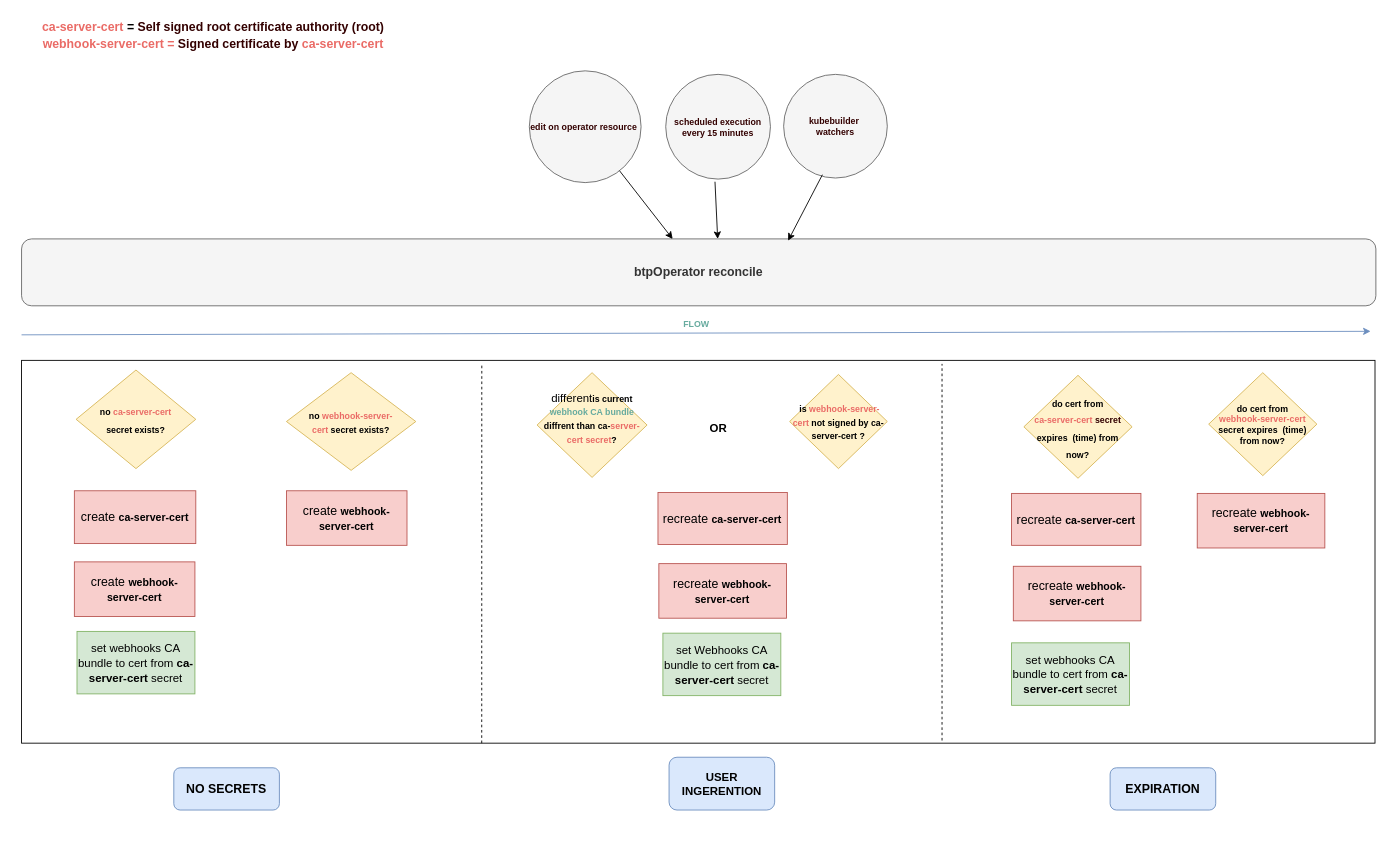
Earlier version of the draw.io diagram docs/assets/certs.drawio (kyma-project/btp-manager). Source tidied: cells renumbered, new cells numbered last; positions are measured from the earlier drawing's top-left corner, leaving out a move shared by most shapes. Both pictures are drawn from the tidied source at 88%, with x=0, y=0 at pixel (21, 15).
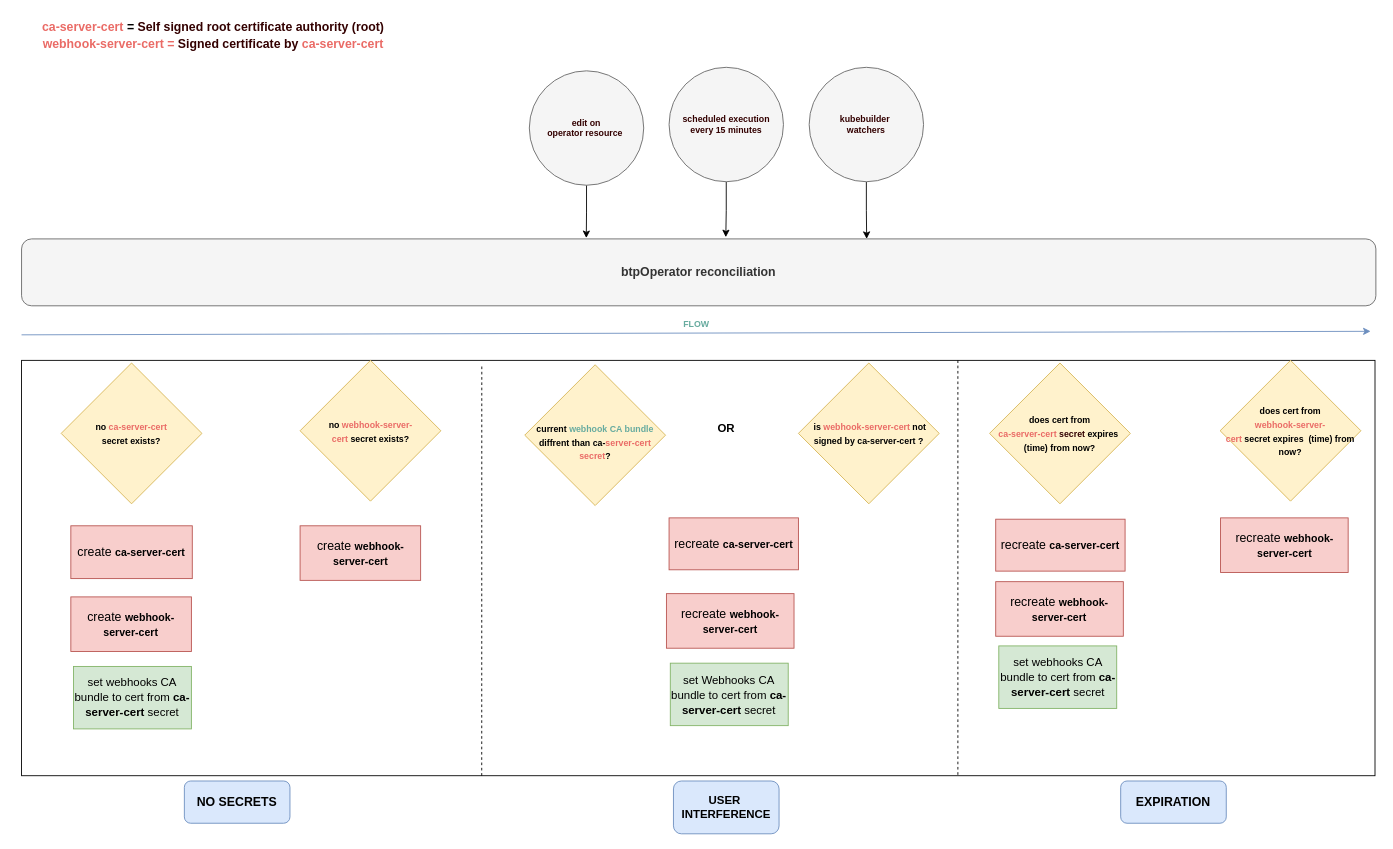
After the change.

What changed in the source:
```diff
@@
     <mxCell id="3" value="&lt;b style=&quot;border-color: var(--border-color);&quot;&gt;EXPIRATION&lt;/b&gt;" style="rounded=1;whiteSpace=wrap;html=1;fontSize=14;fillColor=#dae8fc;strokeColor=#6c8ebf;" parent="1" vertex="1">
-      <mxGeometry x="1237" y="855" width="120" height="48" as="geometry" />
+      <mxGeometry x="1249" y="870" width="120" height="48" as="geometry" />
     </mxCell>
-    <mxCell id="4" value="&lt;b&gt;btpOperator reconcile&lt;/b&gt;" style="rounded=1;whiteSpace=wrap;html=1;fontSize=14;fillColor=#f5f5f5;fontColor=#333333;strokeColor=#666666;" parent="1" vertex="1">
+    <mxCell id="4" value="&lt;b&gt;btpOperator reconciliation&lt;/b&gt;" style="rounded=1;whiteSpace=wrap;html=1;fontSize=14;fillColor=#f5f5f5;fontColor=#333333;strokeColor=#666666;" parent="1" vertex="1">
       <mxGeometry y="254" width="1539" height="76" as="geometry" />
     </mxCell>
     <mxCell id="5" style="rounded=0;whiteSpace=wrap;html=1;labelBackgroundColor=none;fontSize=16;" parent="1" vertex="1">
-      <mxGeometry y="392" width="1538" height="435" as="geometry" />
+      <mxGeometry y="392" width="1538" height="472" as="geometry" />
     </mxCell>
-    <mxCell id="6" value="&lt;div style=&quot;&quot;&gt;&lt;b style=&quot;&quot;&gt;&lt;font size=&quot;1&quot;&gt;do cert from&lt;/font&gt;&lt;br style=&quot;border-color: var(--border-color);&quot;&gt;&lt;span style=&quot;font-size: 10px; border-color: var(--border-color);&quot;&gt;&lt;font color=&quot;#ea6b66&quot;&gt;ca-server-cert&lt;/font&gt;&lt;/span&gt;&lt;span style=&quot;font-size: x-small; background-color: initial;&quot;&gt;&lt;font color=&quot;#ea6b66&quot;&gt;&amp;nbsp;&lt;/font&gt;&lt;font color=&quot;#330000&quot;&gt;secret&lt;/font&gt; expires&amp;nbsp; (time) from now?&lt;/span&gt;&lt;/b&gt;&lt;/div&gt;" style="rhombus;whiteSpace=wrap;html=1;labelBackgroundColor=none;fontSize=16;align=center;fillColor=#fff2cc;strokeColor=#d6b656;" parent="1" vertex="1">
-      <mxGeometry x="1139" y="409" width="123" height="117" as="geometry" />
-    </mxCell>
     <mxCell id="7" value="recreate&amp;nbsp;&lt;b style=&quot;border-color: var(--border-color); font-size: 12px;&quot;&gt;ca-server-cert&lt;/b&gt;" style="rounded=0;whiteSpace=wrap;html=1;fontSize=14;fillColor=#f8cecc;strokeColor=#b85450;" parent="1" vertex="1">
-      <mxGeometry x="1125" y="543.2" width="147" height="59" as="geometry" />
+      <mxGeometry x="1107" y="572.5" width="147" height="59" as="geometry" />
     </mxCell>
     <mxCell id="8" value="recreate&amp;nbsp;&lt;b style=&quot;border-color: var(--border-color); font-size: 12px;&quot;&gt;webhook-server-cert&lt;/b&gt;" style="rounded=0;whiteSpace=wrap;html=1;fontSize=14;fillColor=#f8cecc;strokeColor=#b85450;" parent="1" vertex="1">
-      <mxGeometry x="1127" y="626" width="145" height="62" as="geometry" />
+      <mxGeometry x="1107" y="643.5" width="145" height="62" as="geometry" />
     </mxCell>
     <mxCell id="9" value="&lt;b&gt;NO SECRETS&lt;/b&gt;" style="rounded=1;whiteSpace=wrap;html=1;fontSize=14;fillColor=#dae8fc;strokeColor=#6c8ebf;" parent="1" vertex="1">
-      <mxGeometry x="173" y="855" width="120" height="48" as="geometry" />
+      <mxGeometry x="185" y="870" width="120" height="48" as="geometry" />
     </mxCell>
-    <mxCell id="10" value="&lt;b&gt;USER INGERENTION&lt;/b&gt;" style="rounded=1;whiteSpace=wrap;html=1;labelBackgroundColor=none;fontSize=13;fillColor=#dae8fc;strokeColor=#6c8ebf;" parent="1" vertex="1">
-      <mxGeometry x="735.8" y="843" width="120" height="60" as="geometry" />
+    <mxCell id="10" value="&lt;b&gt;USER&amp;nbsp;&lt;br&gt;INTERFERENCE&lt;br&gt;&lt;/b&gt;" style="rounded=1;whiteSpace=wrap;html=1;labelBackgroundColor=none;fontSize=13;fillColor=#dae8fc;strokeColor=#6c8ebf;" parent="1" vertex="1">
+      <mxGeometry x="740.8" y="870" width="120" height="60" as="geometry" />
     </mxCell>
-    <mxCell id="11" value="different&lt;b&gt;&lt;font style=&quot;font-size: 10px;&quot;&gt;is current &lt;font color=&quot;#67ab9f&quot;&gt;webhook CA bundle&lt;/font&gt; diffrent than ca-&lt;font color=&quot;#ea6b66&quot;&gt;server-cert secret&lt;/font&gt;?&lt;br&gt;&lt;br&gt;&lt;/font&gt;&lt;/b&gt;" style="rhombus;whiteSpace=wrap;html=1;labelBackgroundColor=none;fontSize=13;fillColor=#fff2cc;strokeColor=#d6b656;" parent="1" vertex="1">
-      <mxGeometry x="585.8" y="406" width="125" height="119" as="geometry" />
-    </mxCell>
-    <mxCell id="12" value="&lt;b style=&quot;font-size: 10px;&quot;&gt;&amp;nbsp;is &lt;font color=&quot;#ea6b66&quot;&gt;webhook-server-cert&lt;/font&gt; not signed by ca-server-cert ?&lt;/b&gt;" style="rhombus;whiteSpace=wrap;html=1;labelBackgroundColor=none;fontSize=13;fillColor=#fff2cc;strokeColor=#d6b656;" parent="1" vertex="1">
-      <mxGeometry x="872.8" y="408" width="111" height="107" as="geometry" />
-    </mxCell>
     <mxCell id="13" value="&lt;b&gt;OR&lt;/b&gt;" style="text;html=1;strokeColor=none;fillColor=none;align=center;verticalAlign=middle;whiteSpace=wrap;rounded=0;fontSize=13;" parent="1" vertex="1">
-      <mxGeometry x="761.8" y="454" width="60" height="30" as="geometry" />
+      <mxGeometry x="770.8" y="454" width="60" height="30" as="geometry" />
     </mxCell>
-    <mxCell id="14" value="&lt;font style=&quot;font-size: 10px;&quot;&gt;&lt;b&gt;&lt;font style=&quot;font-size: 10px;&quot;&gt;no&amp;nbsp;&lt;/font&gt;&lt;/b&gt;&lt;b style=&quot;border-color: var(--border-color);&quot;&gt;&lt;font color=&quot;#ea6b66&quot;&gt;ca-server-cert&lt;/font&gt;&lt;/b&gt;&lt;b&gt;&lt;font style=&quot;font-size: 10px;&quot;&gt;&lt;br&gt;&lt;/font&gt;secret&amp;nbsp;&lt;span style=&quot;border-color: var(--border-color);&quot;&gt;exists?&lt;/span&gt;&lt;/b&gt;&lt;/font&gt;" style="rhombus;whiteSpace=wrap;html=1;labelBackgroundColor=none;fontSize=16;fillColor=#fff2cc;strokeColor=#d6b656;" parent="1" vertex="1">
-      <mxGeometry x="62" y="403" width="136" height="112" as="geometry" />
-    </mxCell>
     <mxCell id="15" value="&lt;div style=&quot;&quot;&gt;&lt;font style=&quot;background-color: initial; font-size: 13px;&quot;&gt;set webhooks CA bundle to cert from&amp;nbsp;&lt;/font&gt;&lt;b style=&quot;background-color: initial; border-color: var(--border-color); font-size: 13px;&quot;&gt;ca-server-cert&amp;nbsp;&lt;/b&gt;&lt;span style=&quot;background-color: initial; border-color: var(--border-color); font-size: 13px;&quot;&gt;secret&lt;/span&gt;&lt;/div&gt;" style="rounded=0;whiteSpace=wrap;html=1;fontSize=14;fillColor=#d5e8d4;strokeColor=#82b366;align=center;" parent="1" vertex="1">
-      <mxGeometry x="63" y="700" width="134" height="71" as="geometry" />
+      <mxGeometry x="59" y="739.8" width="134" height="71" as="geometry" />
     </mxCell>
     <mxCell id="16" value="create&amp;nbsp;&lt;b style=&quot;border-color: var(--border-color); font-size: 12px;&quot;&gt;webhook-server-cert&lt;/b&gt;" style="rounded=0;whiteSpace=wrap;html=1;fontSize=14;fillColor=#f8cecc;strokeColor=#b85450;" parent="1" vertex="1">
-      <mxGeometry x="60" y="621" width="137" height="62" as="geometry" />
+      <mxGeometry x="56" y="660.8" width="137" height="62" as="geometry" />
     </mxCell>
     <mxCell id="17" value="create&amp;nbsp;&lt;b style=&quot;border-color: var(--border-color); font-size: 12px;&quot;&gt;ca-server-cert&lt;/b&gt;" style="rounded=0;whiteSpace=wrap;html=1;fontSize=14;fillColor=#f8cecc;strokeColor=#b85450;" parent="1" vertex="1">
-      <mxGeometry x="60" y="540.2" width="138" height="60" as="geometry" />
+      <mxGeometry x="56" y="580" width="138" height="60" as="geometry" />
     </mxCell>
-    <mxCell id="18" value="&lt;b style=&quot;border-color: var(--border-color); font-size: 12px;&quot;&gt;&lt;b style=&quot;border-color: var(--border-color); font-size: 10px;&quot;&gt;&lt;font style=&quot;border-color: var(--border-color);&quot;&gt;no &lt;font color=&quot;#ea6b66&quot;&gt;webhook-server-cert&lt;/font&gt;&amp;nbsp;&lt;/font&gt;&lt;/b&gt;&lt;b style=&quot;border-color: var(--border-color); font-size: 10px;&quot;&gt;secret&amp;nbsp;exists?&lt;/b&gt;&lt;br&gt;&lt;/b&gt;" style="rhombus;whiteSpace=wrap;html=1;labelBackgroundColor=none;fontSize=13;fillColor=#fff2cc;strokeColor=#d6b656;" parent="1" vertex="1">
-      <mxGeometry x="301" y="406" width="147" height="111" as="geometry" />
-    </mxCell>
-    <mxCell id="19" value="&lt;div style=&quot;font-size: 10px;&quot;&gt;&lt;b&gt;&lt;span style=&quot;font-size: x-small; background-color: initial;&quot;&gt;do&amp;nbsp;&lt;/span&gt;cert from&lt;br style=&quot;border-color: var(--border-color);&quot;&gt;&lt;span style=&quot;border-color: var(--border-color);&quot;&gt;&lt;font color=&quot;#ea6b66&quot;&gt;webhook-server-cert&lt;/font&gt; secret&amp;nbsp;&lt;/span&gt;&lt;span style=&quot;font-size: x-small; background-color: initial;&quot;&gt;expires&amp;nbsp; (time) from now?&lt;/span&gt;&lt;/b&gt;&lt;/div&gt;" style="rhombus;whiteSpace=wrap;html=1;labelBackgroundColor=none;fontSize=16;align=center;fillColor=#fff2cc;strokeColor=#d6b656;" parent="1" vertex="1">
-      <mxGeometry x="1349" y="406" width="123" height="117" as="geometry" />
-    </mxCell>
@@
     <mxCell id="22" style="endArrow=none;dashed=1;html=1;rounded=0;fontSize=10;fontColor=#67AB9F;" parent="1" edge="1">
       <mxGeometry relative="1" as="geometry">
-        <mxPoint x="1046" y="824" as="sourcePoint" />
-        <mxPoint x="1046" y="396" as="targetPoint" />
+        <mxPoint x="1064" y="863" as="sourcePoint" />
+        <mxPoint x="1064" y="392" as="targetPoint" />
       </mxGeometry>
     </mxCell>
@@
-    <mxCell id="25" value="&lt;font color=&quot;#330000&quot;&gt;&lt;b&gt;scheduled execution every 15 minutes&lt;/b&gt;&lt;/font&gt;" style="ellipse;whiteSpace=wrap;html=1;labelBackgroundColor=none;fontSize=10;fontColor=#333333;fillColor=#f5f5f5;strokeColor=#666666;" parent="1" vertex="1">
-      <mxGeometry x="732" y="67" width="119" height="119" as="geometry" />
-    </mxCell>
+    <mxCell id="28" style="edgeStyle=orthogonalEdgeStyle;rounded=0;jettySize=auto;html=1;entryX=0.417;entryY=-0.013;entryDx=0;entryDy=0;entryPerimeter=0;" parent="1" edge="1" source="26" target="4">
+      <mxGeometry relative="1" as="geometry" />
+    </mxCell>
-    <mxCell id="26" value="&lt;font size=&quot;1&quot; color=&quot;#330000&quot; style=&quot;&quot;&gt;&lt;b style=&quot;&quot;&gt;edit on operator resource&amp;nbsp;&lt;/b&gt;&lt;/font&gt;" style="ellipse;whiteSpace=wrap;html=1;labelBackgroundColor=none;fontSize=10;fontColor=#333333;fillColor=#f5f5f5;strokeColor=#666666;" parent="1" vertex="1">
-      <mxGeometry x="577" y="63" width="127" height="127" as="geometry" />
+    <mxCell id="26" value="&lt;font size=&quot;1&quot; color=&quot;#330000&quot; style=&quot;&quot;&gt;&lt;b style=&quot;&quot;&gt;edit on &lt;br&gt;operator resource&amp;nbsp;&lt;/b&gt;&lt;/font&gt;" style="ellipse;whiteSpace=wrap;html=1;labelBackgroundColor=none;fontSize=10;fontColor=#333333;fillColor=#f5f5f5;strokeColor=#666666;" parent="1" vertex="1">
+      <mxGeometry x="577" y="63" width="130" height="130" as="geometry" />
     </mxCell>
-    <mxCell id="27" value="&lt;b style=&quot;&quot;&gt;&lt;font color=&quot;#330000&quot;&gt;kubebuilder&amp;nbsp;&lt;br&gt;watchers&lt;/font&gt;&lt;/b&gt;" style="ellipse;whiteSpace=wrap;html=1;labelBackgroundColor=none;fontSize=10;fontColor=#333333;fillColor=#f5f5f5;strokeColor=#666666;" parent="1" vertex="1">
-      <mxGeometry x="866" y="67" width="117.8" height="117.8" as="geometry" />
-    </mxCell>
-    <mxCell id="28" style="endArrow=classic;html=1;rounded=0;fontSize=10;fontColor=#330000;" parent="1" edge="1" source="26" target="4">
-      <mxGeometry relative="1" as="geometry" />
-    </mxCell>
-    <mxCell id="29" style="endArrow=classic;html=1;rounded=0;fontSize=10;fontColor=#330000;entryX=0.514;entryY=0;entryDx=0;entryDy=0;entryPerimeter=0;" parent="1" edge="1" target="4">
-      <mxGeometry relative="1" as="geometry">
-        <mxPoint x="788" y="189" as="sourcePoint" />
-      </mxGeometry>
-    </mxCell>
-    <mxCell id="30" style="endArrow=classic;html=1;rounded=0;fontSize=10;fontColor=#330000;entryX=0.566;entryY=0.026;entryDx=0;entryDy=0;entryPerimeter=0;exitX=0.374;exitY=0.968;exitDx=0;exitDy=0;exitPerimeter=0;" parent="1" edge="1" source="27" target="4">
-      <mxGeometry relative="1" as="geometry" />
-    </mxCell>
     <mxCell id="31" value="create&amp;nbsp;&lt;b style=&quot;border-color: var(--border-color); font-size: 12px;&quot;&gt;webhook-server-cert&lt;/b&gt;" style="rounded=0;whiteSpace=wrap;html=1;fontSize=14;fillColor=#f8cecc;strokeColor=#b85450;" parent="1" vertex="1">
-      <mxGeometry x="301" y="540.2" width="137" height="62" as="geometry" />
+      <mxGeometry x="316.5" y="580" width="137" height="62" as="geometry" />
     </mxCell>
     <mxCell id="32" value="&lt;div style=&quot;&quot;&gt;&lt;font style=&quot;background-color: initial; font-size: 13px;&quot;&gt;set webhooks CA bundle to cert from&amp;nbsp;&lt;/font&gt;&lt;b style=&quot;background-color: initial; border-color: var(--border-color); font-size: 13px;&quot;&gt;ca-server-cert&amp;nbsp;&lt;/b&gt;&lt;span style=&quot;background-color: initial; border-color: var(--border-color); font-size: 13px;&quot;&gt;secret&lt;/span&gt;&lt;/div&gt;" style="rounded=0;whiteSpace=wrap;html=1;fontSize=14;fillColor=#d5e8d4;strokeColor=#82b366;align=center;" parent="1" vertex="1">
-      <mxGeometry x="1125" y="713" width="134" height="71" as="geometry" />
+      <mxGeometry x="1110.5" y="716.5" width="134" height="71" as="geometry" />
     </mxCell>
     <mxCell id="33" value="&lt;div style=&quot;&quot;&gt;&lt;font style=&quot;background-color: initial; font-size: 13px;&quot;&gt;set Webhooks CA bundle to cert from&amp;nbsp;&lt;/font&gt;&lt;b style=&quot;background-color: initial; border-color: var(--border-color); font-size: 13px;&quot;&gt;ca-server-cert&amp;nbsp;&lt;/b&gt;&lt;span style=&quot;background-color: initial; border-color: var(--border-color); font-size: 13px;&quot;&gt;secret&lt;/span&gt;&lt;/div&gt;" style="rounded=0;whiteSpace=wrap;html=1;fontSize=14;fillColor=#d5e8d4;strokeColor=#82b366;align=center;" parent="1" vertex="1">
-      <mxGeometry x="728.8" y="702" width="134" height="71" as="geometry" />
+      <mxGeometry x="737.2" y="736.1" width="134" height="71" as="geometry" />
     </mxCell>
     <mxCell id="34" value="recreate&amp;nbsp;&lt;b style=&quot;border-color: var(--border-color); font-size: 12px;&quot;&gt;webhook-server-cert&lt;/b&gt;" style="rounded=0;whiteSpace=wrap;html=1;fontSize=14;fillColor=#f8cecc;strokeColor=#b85450;" parent="1" vertex="1">
-      <mxGeometry x="1336" y="543.2" width="145" height="62" as="geometry" />
+      <mxGeometry x="1362.5" y="571" width="145" height="62" as="geometry" />
     </mxCell>
     <mxCell id="35" value="recreate&amp;nbsp;&lt;b style=&quot;border-color: var(--border-color); font-size: 12px;&quot;&gt;ca-server-cert&lt;/b&gt;" style="rounded=0;whiteSpace=wrap;html=1;fontSize=14;fillColor=#f8cecc;strokeColor=#b85450;" parent="1" vertex="1">
-      <mxGeometry x="723.2" y="542.2" width="147" height="59" as="geometry" />
+      <mxGeometry x="735.8" y="571" width="147" height="59" as="geometry" />
     </mxCell>
     <mxCell id="36" value="recreate&amp;nbsp;&lt;b style=&quot;border-color: var(--border-color); font-size: 12px;&quot;&gt;webhook-server-cert&lt;/b&gt;" style="rounded=0;whiteSpace=wrap;html=1;fontSize=14;fillColor=#f8cecc;strokeColor=#b85450;" parent="1" vertex="1">
-      <mxGeometry x="724.2" y="623" width="145" height="62" as="geometry" />
+      <mxGeometry x="732.8" y="657.1" width="145" height="62" as="geometry" />
     </mxCell>
+    <mxCell id="30" style="edgeStyle=orthogonalEdgeStyle;rounded=0;jettySize=auto;html=1;entryX=0.624;entryY=0;entryDx=0;entryDy=0;entryPerimeter=0;" parent="1" edge="1" source="27" target="4">
+      <mxGeometry relative="1" as="geometry" />
+    </mxCell>
+    <mxCell id="27" value="&lt;b style=&quot;border-color: var(--border-color);&quot;&gt;&lt;font style=&quot;border-color: var(--border-color);&quot; color=&quot;#330000&quot;&gt;kubebuilder&amp;nbsp;&lt;br style=&quot;border-color: var(--border-color);&quot;&gt;watchers&lt;/font&gt;&lt;/b&gt;" style="ellipse;whiteSpace=wrap;html=1;labelBackgroundColor=none;fontSize=10;fontColor=#333333;fillColor=#f5f5f5;strokeColor=#666666;" parent="1" vertex="1">
+      <mxGeometry x="895" y="59" width="130" height="130" as="geometry" />
+    </mxCell>
+    <mxCell id="37" style="edgeStyle=orthogonalEdgeStyle;rounded=0;jettySize=auto;html=1;entryX=0.52;entryY=-0.026;entryDx=0;entryDy=0;entryPerimeter=0;" parent="1" edge="1" source="25" target="4">
+      <mxGeometry relative="1" as="geometry" />
+    </mxCell>
+    <mxCell id="25" value="&lt;b style=&quot;border-color: var(--border-color); color: rgb(51, 0, 0);&quot;&gt;scheduled execution &lt;br&gt;every 15 minutes&lt;/b&gt;" style="ellipse;whiteSpace=wrap;html=1;labelBackgroundColor=none;fontSize=10;fontColor=#333333;fillColor=#f5f5f5;strokeColor=#666666;" parent="1" vertex="1">
+      <mxGeometry x="735.8" y="59" width="130" height="130" as="geometry" />
+    </mxCell>
+    <mxCell id="38" value="&lt;font style=&quot;&quot;&gt;&lt;br&gt;&lt;br&gt;&lt;b style=&quot;font-size: 10px;&quot;&gt;current &lt;/b&gt;&lt;font style=&quot;font-size: 10px; font-weight: bold;&quot; color=&quot;#67ab9f&quot;&gt;webhook CA bundle&lt;/font&gt;&lt;span style=&quot;font-size: 10px;&quot;&gt;&lt;b&gt; diffrent than ca-&lt;/b&gt;&lt;/span&gt;&lt;font style=&quot;font-size: 10px; font-weight: bold;&quot; color=&quot;#ea6b66&quot;&gt;server-cert secret&lt;/font&gt;&lt;span style=&quot;font-size: 10px;&quot;&gt;&lt;b&gt;?&lt;/b&gt;&lt;/span&gt;&lt;br&gt;&lt;br&gt;&lt;/font&gt;" style="rhombus;whiteSpace=wrap;html=1;labelBackgroundColor=none;fontSize=13;fillColor=#fff2cc;strokeColor=#d6b656;" parent="1" vertex="1">
+      <mxGeometry x="571.8" y="397" width="160" height="160" as="geometry" />
+    </mxCell>
+    <mxCell id="12" value="&lt;font style=&quot;&quot;&gt;&lt;b style=&quot;border-color: var(--border-color); font-size: 10px;&quot;&gt;&amp;nbsp;is&amp;nbsp;&lt;font style=&quot;border-color: var(--border-color);&quot; color=&quot;#ea6b66&quot;&gt;webhook-server-cert&lt;/font&gt;&amp;nbsp;not signed by ca-server-cert ?&lt;/b&gt;&lt;br&gt;&lt;/font&gt;" style="rhombus;whiteSpace=wrap;html=1;labelBackgroundColor=none;fontSize=13;fillColor=#fff2cc;strokeColor=#d6b656;" parent="1" vertex="1">
+      <mxGeometry x="882.8" y="395" width="160" height="160" as="geometry" />
+    </mxCell>
+    <mxCell id="14" value="&lt;font style=&quot;&quot;&gt;&lt;b style=&quot;border-color: var(--border-color); font-size: 10px;&quot;&gt;&lt;font style=&quot;border-color: var(--border-color);&quot;&gt;no&amp;nbsp;&lt;/font&gt;&lt;/b&gt;&lt;b style=&quot;border-color: var(--border-color); font-size: 10px;&quot;&gt;&lt;font style=&quot;border-color: var(--border-color);&quot; color=&quot;#ea6b66&quot;&gt;ca-server-cert&lt;/font&gt;&lt;/b&gt;&lt;b style=&quot;border-color: var(--border-color); font-size: 10px;&quot;&gt;&lt;font style=&quot;border-color: var(--border-color);&quot;&gt;&lt;br style=&quot;border-color: var(--border-color);&quot;&gt;&lt;/font&gt;secret&amp;nbsp;exists?&lt;/b&gt;&lt;br&gt;&lt;/font&gt;" style="rhombus;whiteSpace=wrap;html=1;labelBackgroundColor=none;fontSize=13;fillColor=#fff2cc;strokeColor=#d6b656;" parent="1" vertex="1">
+      <mxGeometry x="45" y="395" width="160" height="160" as="geometry" />
+    </mxCell>
+    <mxCell id="18" value="&lt;font style=&quot;&quot;&gt;&lt;b style=&quot;border-color: var(--border-color); font-size: 12px;&quot;&gt;&lt;b style=&quot;border-color: var(--border-color); font-size: 10px;&quot;&gt;&lt;font style=&quot;border-color: var(--border-color);&quot;&gt;no&amp;nbsp;&lt;font style=&quot;border-color: var(--border-color);&quot; color=&quot;#ea6b66&quot;&gt;webhook-server-cert&lt;/font&gt;&amp;nbsp;&lt;/font&gt;&lt;/b&gt;&lt;b style=&quot;border-color: var(--border-color); font-size: 10px;&quot;&gt;secret&amp;nbsp;exists?&lt;/b&gt;&lt;/b&gt;&lt;br&gt;&lt;/font&gt;" style="rhombus;whiteSpace=wrap;html=1;labelBackgroundColor=none;fontSize=13;fillColor=#fff2cc;strokeColor=#d6b656;" parent="1" vertex="1">
+      <mxGeometry x="316.5" y="392" width="160" height="160" as="geometry" />
+    </mxCell>
+    <mxCell id="39" value="&lt;font style=&quot;font-size: 10px;&quot;&gt;&lt;b style=&quot;border-color: var(--border-color);&quot;&gt;&lt;font style=&quot;border-color: var(--border-color); font-size: 10px;&quot;&gt;does cert from&lt;/font&gt;&lt;br style=&quot;border-color: var(--border-color);&quot;&gt;&lt;font style=&quot;border-color: var(--border-color); font-size: 10px;&quot; color=&quot;#ea6b66&quot;&gt;ca-server-cert&lt;/font&gt;&lt;span style=&quot;border-color: var(--border-color); background-color: initial;&quot;&gt;&lt;font style=&quot;border-color: var(--border-color); font-size: 10px;&quot; color=&quot;#ea6b66&quot;&gt;&amp;nbsp;&lt;/font&gt;&lt;font style=&quot;border-color: var(--border-color); font-size: 10px;&quot; color=&quot;#330000&quot;&gt;secret&lt;/font&gt;&amp;nbsp;expires&amp;nbsp; (time) from now?&lt;/span&gt;&lt;/b&gt;&lt;br&gt;&lt;/font&gt;" style="rhombus;whiteSpace=wrap;html=1;labelBackgroundColor=none;fontSize=13;fillColor=#fff2cc;strokeColor=#d6b656;" parent="1" vertex="1">
+      <mxGeometry x="1100" y="395" width="160" height="160" as="geometry" />
+    </mxCell>
+    <mxCell id="40" value="&lt;font style=&quot;font-size: 10px;&quot;&gt;&lt;b style=&quot;border-color: var(--border-color);&quot;&gt;does cert from&lt;br&gt;&lt;span style=&quot;border-color: var(--border-color);&quot;&gt;&lt;font style=&quot;border-color: var(--border-color);&quot; color=&quot;#ea6b66&quot;&gt;webhook-server-cert&lt;/font&gt;&amp;nbsp;secret&amp;nbsp;&lt;/span&gt;&lt;span style=&quot;border-color: var(--border-color); font-size: x-small; background-color: initial;&quot;&gt;expires&amp;nbsp; (time) from now?&lt;/span&gt;&lt;/b&gt;&lt;br&gt;&lt;/font&gt;" style="rhombus;whiteSpace=wrap;html=1;labelBackgroundColor=none;fontSize=13;fillColor=#fff2cc;strokeColor=#d6b656;" parent="1" vertex="1">
+      <mxGeometry x="1362" y="392" width="160" height="160" as="geometry" />
+    </mxCell>
```
